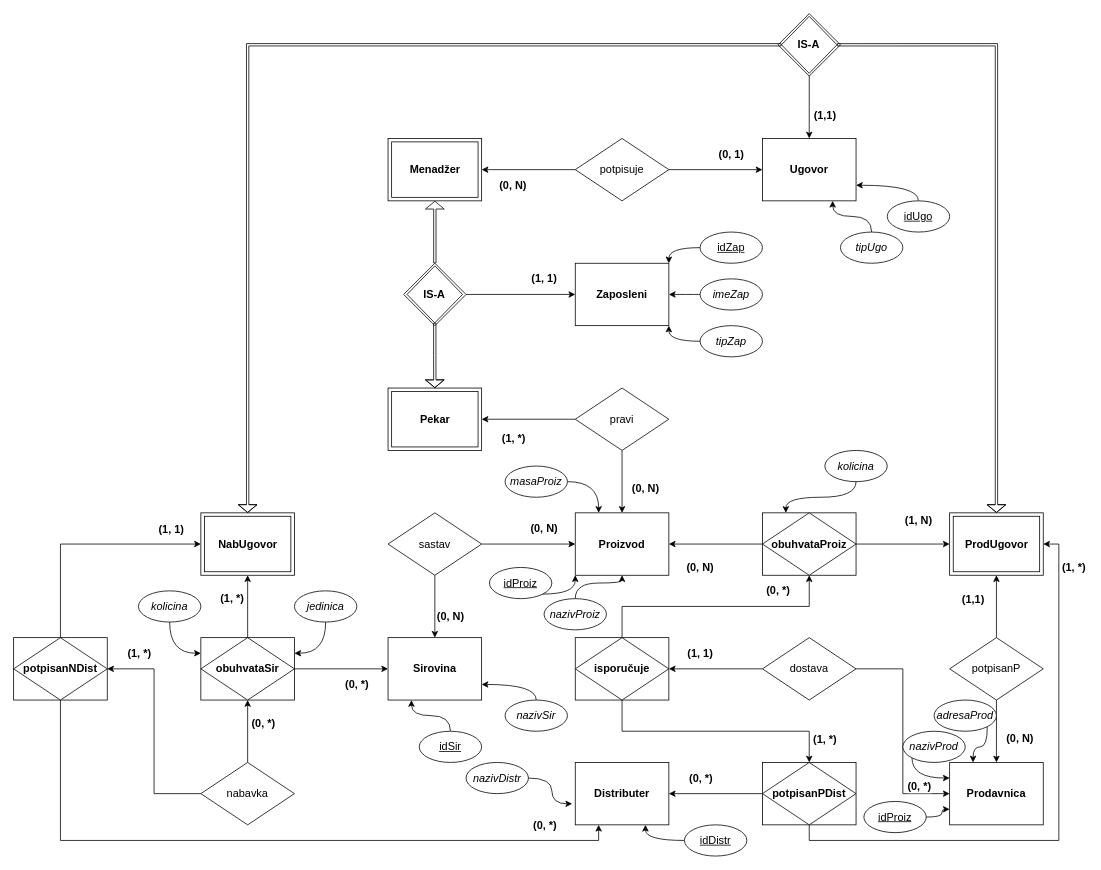
Earlier version of the draw.io diagram bakery.drawio (FmasterofU/bakery-bp2). Source tidied: cells renumbered, new cells numbered last; positions are measured from the earlier drawing's top-left corner, leaving out a move shared by most shapes. Both pictures are drawn from the tidied source at 78%, with x=0, y=0 at pixel (13, 13).
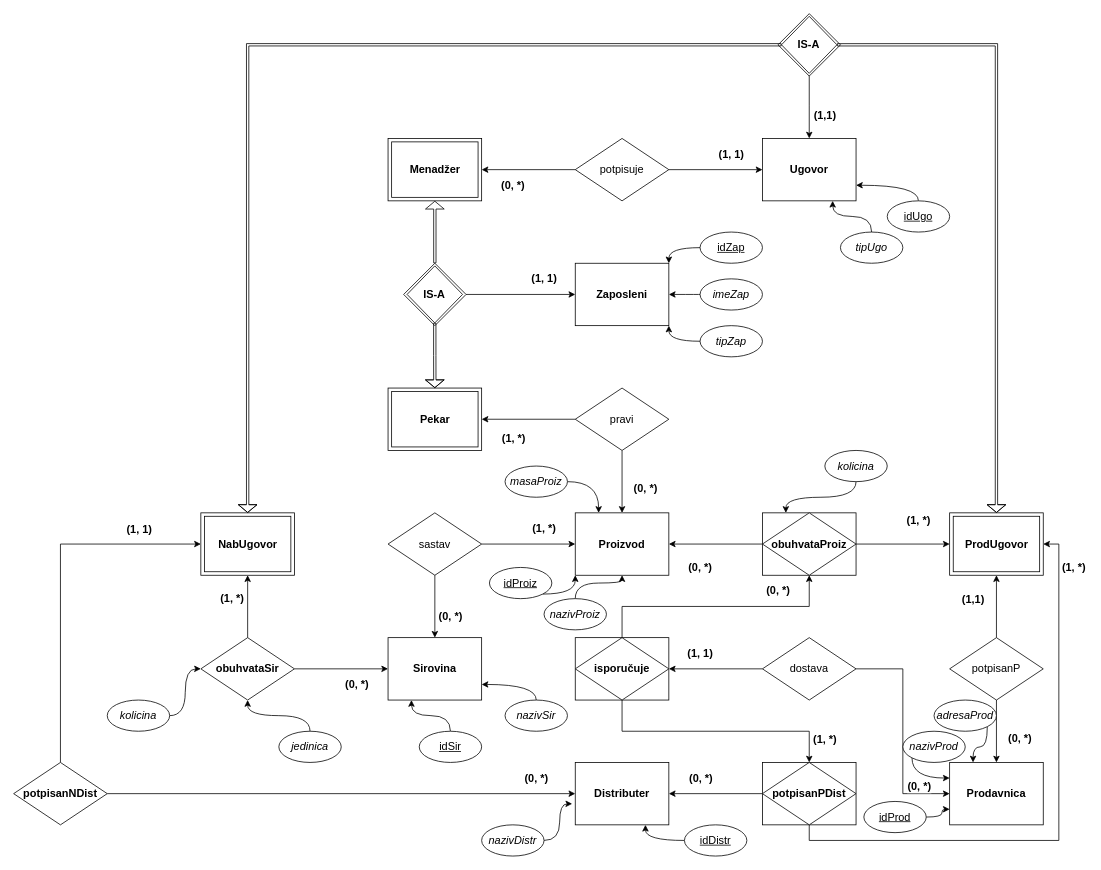
After the change.

Unchanged cells that the change refers to:
```xml
<mxCell id="2" value="&lt;font style=&quot;font-size: 14px&quot;&gt;&lt;b&gt;Distributer&lt;/b&gt;&lt;/font&gt;" style="rounded=0;whiteSpace=wrap;html=1;" parent="1" vertex="1">
  <mxGeometry x="720" y="960" width="120" height="80" as="geometry" />
</mxCell>
<mxCell id="3" value="&lt;font style=&quot;font-size: 14px&quot;&gt;&lt;b&gt;Prodavnica&lt;/b&gt;&lt;/font&gt;" style="rounded=0;whiteSpace=wrap;html=1;" parent="1" vertex="1">
  <mxGeometry x="1200" y="960" width="120" height="80" as="geometry" />
</mxCell>
<mxCell id="7" value="&lt;font style=&quot;font-size: 14px&quot;&gt;&lt;b&gt;Sirovina&lt;/b&gt;&lt;/font&gt;" style="rounded=0;whiteSpace=wrap;html=1;" parent="1" vertex="1">
  <mxGeometry x="480" y="800" width="120" height="80" as="geometry" />
</mxCell>
<mxCell id="10" value="&lt;font style=&quot;font-size: 14px&quot;&gt;&lt;b&gt;obuhvataProiz&lt;/b&gt;&lt;/font&gt;" style="rhombus;whiteSpace=wrap;html=1;" parent="8" vertex="1">
  <mxGeometry width="120" height="80" as="geometry" />
</mxCell>
<mxCell id="11" value="&lt;font style=&quot;font-size: 14px&quot;&gt;&lt;b&gt;Proizvod&lt;/b&gt;&lt;/font&gt;" style="rounded=0;whiteSpace=wrap;html=1;" parent="1" vertex="1">
  <mxGeometry x="720" y="640" width="120" height="80" as="geometry" />
</mxCell>
<mxCell id="16" value="&lt;font style=&quot;font-size: 14px&quot;&gt;potpisanP&lt;/font&gt;" style="rhombus;whiteSpace=wrap;html=1;" parent="1" vertex="1">
  <mxGeometry x="1200" y="800" width="120" height="80" as="geometry" />
</mxCell>
<mxCell id="19" value="&lt;font style=&quot;font-size: 14px&quot;&gt;sastav&lt;/font&gt;" style="rhombus;whiteSpace=wrap;html=1;" parent="1" vertex="1">
  <mxGeometry x="480" y="640" width="120" height="80" as="geometry" />
</mxCell>
<mxCell id="29" style="rounded=0;whiteSpace=wrap;html=1;" parent="28" vertex="1">
  <mxGeometry width="120" height="80" as="geometry" />
</mxCell>
<mxCell id="34" value="&lt;font style=&quot;font-size: 14px&quot;&gt;&lt;b&gt;Ugovor&lt;/b&gt;&lt;/font&gt;" style="rounded=0;whiteSpace=wrap;html=1;" parent="1" vertex="1">
  <mxGeometry x="960" y="160" width="120" height="80" as="geometry" />
</mxCell>
<mxCell id="39" style="rounded=0;whiteSpace=wrap;html=1;" parent="38" vertex="1">
  <mxGeometry width="120" height="80" as="geometry" />
</mxCell>
<mxCell id="42" style="rounded=0;whiteSpace=wrap;html=1;" parent="41" vertex="1">
  <mxGeometry width="120" height="80" as="geometry" />
</mxCell>
<mxCell id="48" value="&lt;font style=&quot;font-size: 14px&quot;&gt;potpisuje&lt;/font&gt;" style="rhombus;whiteSpace=wrap;html=1;" parent="1" vertex="1">
  <mxGeometry x="720" y="160" width="120" height="80" as="geometry" />
</mxCell>
<mxCell id="52" value="&lt;font style=&quot;font-size: 14px&quot;&gt;pravi&lt;/font&gt;" style="rhombus;whiteSpace=wrap;html=1;" parent="1" vertex="1">
  <mxGeometry x="720" y="480" width="120" height="80" as="geometry" />
</mxCell>
```

What changed in the source:
```diff
@@
-    <mxCell id="12" value="&lt;b&gt;&lt;font style=&quot;font-size: 14px&quot;&gt;(1, N)&lt;/font&gt;&lt;/b&gt;" style="edgeStyle=orthogonalEdgeStyle;rounded=0;jettySize=auto;html=1;exitX=1;exitY=0.5;exitDx=0;exitDy=0;entryX=0;entryY=0.5;entryDx=0;entryDy=0;" parent="1" edge="1" source="10" target="42">
+    <mxCell id="12" value="&lt;b&gt;&lt;font style=&quot;font-size: 14px&quot;&gt;(1, *)&lt;/font&gt;&lt;/b&gt;" style="edgeStyle=orthogonalEdgeStyle;rounded=0;jettySize=auto;html=1;exitX=1;exitY=0.5;exitDx=0;exitDy=0;entryX=0;entryY=0.5;entryDx=0;entryDy=0;" parent="1" edge="1" source="10" target="42">
       <mxGeometry x="0.33" y="30" relative="1" as="geometry" />
     </mxCell>
-    <mxCell id="13" value="&lt;b&gt;&lt;font style=&quot;font-size: 14px&quot;&gt;(0, N)&lt;/font&gt;&lt;/b&gt;" style="edgeStyle=orthogonalEdgeStyle;rounded=0;jettySize=auto;html=1;exitX=0;exitY=0.5;exitDx=0;exitDy=0;entryX=1;entryY=0.5;entryDx=0;entryDy=0;" parent="1" edge="1" source="10" target="11">
+    <mxCell id="13" value="&lt;b&gt;&lt;font style=&quot;font-size: 14px&quot;&gt;(0, *)&lt;/font&gt;&lt;/b&gt;" style="edgeStyle=orthogonalEdgeStyle;rounded=0;jettySize=auto;html=1;exitX=0;exitY=0.5;exitDx=0;exitDy=0;entryX=1;entryY=0.5;entryDx=0;entryDy=0;" parent="1" edge="1" source="10" target="11">
       <mxGeometry x="0.33" y="30" relative="1" as="geometry" />
     </mxCell>
@@
-    <mxCell id="15" value="&lt;b&gt;&lt;font style=&quot;font-size: 14px&quot;&gt;(0, N)&lt;/font&gt;&lt;/b&gt;" style="edgeStyle=orthogonalEdgeStyle;rounded=0;jettySize=auto;html=1;exitX=0.5;exitY=1;exitDx=0;exitDy=0;entryX=0.5;entryY=0;entryDx=0;entryDy=0;" parent="1" edge="1" source="16" target="3">
+    <mxCell id="15" value="&lt;b&gt;&lt;font style=&quot;font-size: 14px&quot;&gt;(0, *)&lt;/font&gt;&lt;/b&gt;" style="edgeStyle=orthogonalEdgeStyle;rounded=0;jettySize=auto;html=1;exitX=0.5;exitY=1;exitDx=0;exitDy=0;entryX=0.5;entryY=0;entryDx=0;entryDy=0;" parent="1" edge="1" source="16" target="3">
       <mxGeometry x="0.25" y="30" relative="1" as="geometry">
         <mxPoint y="-1" as="offset" />
       </mxGeometry>
     </mxCell>
@@
-    <mxCell id="17" value="&lt;b&gt;&lt;font style=&quot;font-size: 14px&quot;&gt;(0, N)&lt;/font&gt;&lt;/b&gt;" style="edgeStyle=orthogonalEdgeStyle;rounded=0;jettySize=auto;html=1;entryX=0;entryY=0.5;entryDx=0;entryDy=0;" parent="1" edge="1" source="19" target="11">
+    <mxCell id="17" value="&lt;b&gt;&lt;font style=&quot;font-size: 14px&quot;&gt;(1, *)&lt;/font&gt;&lt;/b&gt;" style="edgeStyle=orthogonalEdgeStyle;rounded=0;jettySize=auto;html=1;entryX=0;entryY=0.5;entryDx=0;entryDy=0;" parent="1" edge="1" source="19" target="11">
       <mxGeometry x="0.33" y="20" relative="1" as="geometry" />
     </mxCell>
-    <mxCell id="18" value="&lt;b&gt;&lt;font style=&quot;font-size: 14px&quot;&gt;(0, N)&lt;/font&gt;&lt;/b&gt;" style="edgeStyle=orthogonalEdgeStyle;rounded=0;jettySize=auto;html=1;entryX=0.5;entryY=0;entryDx=0;entryDy=0;" parent="1" edge="1" source="19" target="7">
+    <mxCell id="18" value="&lt;b&gt;&lt;font style=&quot;font-size: 14px&quot;&gt;(0, *)&lt;/font&gt;&lt;/b&gt;" style="edgeStyle=orthogonalEdgeStyle;rounded=0;jettySize=auto;html=1;entryX=0.5;entryY=0;entryDx=0;entryDy=0;" parent="1" edge="1" source="19" target="7">
       <mxGeometry x="0.33" y="20" relative="1" as="geometry" />
     </mxCell>
@@
-    <mxCell id="46" value="&lt;b&gt;&lt;font style=&quot;font-size: 14px&quot;&gt;(0, N)&lt;/font&gt;&lt;/b&gt;" style="edgeStyle=orthogonalEdgeStyle;rounded=0;jettySize=auto;html=1;exitX=0;exitY=0.5;exitDx=0;exitDy=0;entryX=1;entryY=0.5;entryDx=0;entryDy=0;" parent="1" edge="1" source="48" target="29">
+    <mxCell id="46" value="&lt;b&gt;&lt;font style=&quot;font-size: 14px&quot;&gt;(0, *)&lt;/font&gt;&lt;/b&gt;" style="edgeStyle=orthogonalEdgeStyle;rounded=0;jettySize=auto;html=1;exitX=0;exitY=0.5;exitDx=0;exitDy=0;entryX=1;entryY=0.5;entryDx=0;entryDy=0;" parent="1" edge="1" source="48" target="29">
       <mxGeometry x="0.33" y="20" relative="1" as="geometry" />
     </mxCell>
-    <mxCell id="47" value="&lt;b&gt;&lt;font style=&quot;font-size: 14px&quot;&gt;(0, 1)&lt;/font&gt;&lt;/b&gt;" style="edgeStyle=orthogonalEdgeStyle;rounded=0;jettySize=auto;html=1;entryX=0;entryY=0.5;entryDx=0;entryDy=0;" parent="1" edge="1" source="48" target="34">
+    <mxCell id="47" value="&lt;b&gt;&lt;font style=&quot;font-size: 14px&quot;&gt;(1, 1)&lt;/font&gt;&lt;/b&gt;" style="edgeStyle=orthogonalEdgeStyle;rounded=0;jettySize=auto;html=1;entryX=0;entryY=0.5;entryDx=0;entryDy=0;" parent="1" edge="1" source="48" target="34">
       <mxGeometry x="0.33" y="20" relative="1" as="geometry" />
     </mxCell>
@@
-    <mxCell id="49" value="&lt;b&gt;&lt;font style=&quot;font-size: 14px&quot;&gt;(0, N)&lt;/font&gt;&lt;/b&gt;" style="edgeStyle=orthogonalEdgeStyle;rounded=0;jettySize=auto;html=1;exitX=0.5;exitY=1;exitDx=0;exitDy=0;entryX=0.5;entryY=0;entryDx=0;entryDy=0;" parent="1" edge="1" source="52" target="11">
+    <mxCell id="49" value="&lt;b&gt;&lt;font style=&quot;font-size: 14px&quot;&gt;(0, *)&lt;/font&gt;&lt;/b&gt;" style="edgeStyle=orthogonalEdgeStyle;rounded=0;jettySize=auto;html=1;exitX=0.5;exitY=1;exitDx=0;exitDy=0;entryX=0.5;entryY=0;entryDx=0;entryDy=0;" parent="1" edge="1" source="52" target="11">
       <mxGeometry x="0.25" y="30" relative="1" as="geometry">
         <mxPoint y="-1" as="offset" />
       </mxGeometry>
     </mxCell>
@@
-    <mxCell id="80" style="group;" parent="1" vertex="1">
-      <mxGeometry x="240" y="800" width="120" height="80" as="geometry" />
-    </mxCell>
-    <mxCell id="81" style="rounded=0;whiteSpace=wrap;html=1;" parent="80" vertex="1">
-      <mxGeometry width="120" height="80" as="geometry" />
-    </mxCell>
-    <mxCell id="82" value="&lt;font style=&quot;font-size: 14px&quot;&gt;&lt;b&gt;obuhvataSir&lt;/b&gt;&lt;/font&gt;" style="rhombus;whiteSpace=wrap;html=1;" parent="80" vertex="1">
-      <mxGeometry width="120" height="80" as="geometry" />
-    </mxCell>
-    <mxCell id="83" value="&lt;b&gt;(1, *)&lt;/b&gt;" style="edgeStyle=orthogonalEdgeStyle;rounded=0;jettySize=auto;html=1;fontSize=14;entryX=0.5;entryY=1;entryDx=0;entryDy=0;" parent="1" edge="1" source="82" target="39">
+    <mxCell id="83" value="&lt;b&gt;(1, *)&lt;/b&gt;" style="edgeStyle=orthogonalEdgeStyle;rounded=0;jettySize=auto;html=1;fontSize=14;entryX=0.5;entryY=1;entryDx=0;entryDy=0;exitX=0.5;exitY=0;exitDx=0;exitDy=0;" parent="1" edge="1" source="82" target="39">
       <mxGeometry x="0.25" y="20" relative="1" as="geometry" />
     </mxCell>
-    <mxCell id="84" value="&lt;b&gt;(0, *)&lt;/b&gt;" style="edgeStyle=orthogonalEdgeStyle;rounded=0;jettySize=auto;html=1;fontSize=14;entryX=0;entryY=0.5;entryDx=0;entryDy=0;" parent="1" edge="1" source="82" target="7">
+    <mxCell id="84" value="&lt;b&gt;(0, *)&lt;/b&gt;" style="edgeStyle=orthogonalEdgeStyle;rounded=0;jettySize=auto;html=1;fontSize=14;entryX=0;entryY=0.5;entryDx=0;entryDy=0;exitX=1;exitY=0.5;exitDx=0;exitDy=0;" parent="1" edge="1" source="82" target="7">
       <mxGeometry x="0.33" y="-20" relative="1" as="geometry" />
     </mxCell>
-    <mxCell id="85" value="&lt;b&gt;(0, *)&lt;/b&gt;" style="edgeStyle=orthogonalEdgeStyle;rounded=0;jettySize=auto;html=1;entryX=0.5;entryY=1;entryDx=0;entryDy=0;fontSize=14;exitX=0.5;exitY=0;exitDx=0;exitDy=0;" parent="1" edge="1" source="91" target="82">
-      <mxGeometry x="0.25" y="-20" relative="1" as="geometry" />
-    </mxCell>
@@
-    <mxCell id="88" style="edgeStyle=orthogonalEdgeStyle;rounded=0;jettySize=auto;html=1;entryX=0.25;entryY=1;entryDx=0;entryDy=0;fontSize=14;exitX=0.5;exitY=1;exitDx=0;exitDy=0;" parent="1" edge="1" source="94" target="2">
+    <mxCell id="88" style="edgeStyle=orthogonalEdgeStyle;rounded=0;jettySize=auto;html=1;entryX=0;entryY=0.5;entryDx=0;entryDy=0;fontSize=14;exitX=1;exitY=0.5;exitDx=0;exitDy=0;" parent="1" edge="1" source="94" target="2">
       <mxGeometry relative="1" as="geometry" />
     </mxCell>
@@
-    <mxCell id="90" value="&lt;b&gt;&lt;font style=&quot;font-size: 14px&quot;&gt;(1, *)&lt;/font&gt;&lt;/b&gt;" style="edgeStyle=orthogonalEdgeStyle;rounded=0;jettySize=auto;html=1;entryX=1;entryY=0.5;entryDx=0;entryDy=0;" parent="1" edge="1" source="91" target="94">
-      <mxGeometry x="0.71" y="-20" relative="1" as="geometry" />
-    </mxCell>
-    <mxCell id="91" value="nabavka" style="rhombus;whiteSpace=wrap;html=1;fontSize=14;" parent="1" vertex="1">
-      <mxGeometry x="240" y="960" width="120" height="80" as="geometry" />
-    </mxCell>
-    <mxCell id="92" style="group;" parent="1" vertex="1">
-      <mxGeometry y="800" width="120" height="80" as="geometry" />
-    </mxCell>
-    <mxCell id="93" style="rounded=0;whiteSpace=wrap;html=1;" parent="92" vertex="1">
-      <mxGeometry width="120" height="80" as="geometry" />
-    </mxCell>
-    <mxCell id="94" value="&lt;b&gt;potpisanNDist&lt;/b&gt;" style="rhombus;whiteSpace=wrap;html=1;fontSize=14;" parent="92" vertex="1">
-      <mxGeometry width="120" height="80" as="geometry" />
-    </mxCell>
@@
-    <mxCell id="100" value="&lt;u&gt;idProiz&lt;/u&gt;" style="ellipse;whiteSpace=wrap;html=1;fontSize=14;" parent="1" vertex="1">
+    <mxCell id="100" value="&lt;u&gt;idProd&lt;/u&gt;" style="ellipse;whiteSpace=wrap;html=1;fontSize=14;" parent="1" vertex="1">
       <mxGeometry x="1090" y="1010" width="80" height="40" as="geometry" />
     </mxCell>
@@
     <mxCell id="108" value="&lt;i&gt;nazivDistr&lt;/i&gt;" style="ellipse;whiteSpace=wrap;html=1;fontSize=14;" parent="1" vertex="1">
-      <mxGeometry x="580" y="960" width="80" height="40" as="geometry" />
+      <mxGeometry x="600" y="1040" width="80" height="40" as="geometry" />
     </mxCell>
@@
-    <mxCell id="113" style="edgeStyle=orthogonalEdgeStyle;curved=1;rounded=0;jettySize=auto;html=1;entryX=1;entryY=0.25;entryDx=0;entryDy=0;" parent="1" edge="1" source="114" target="81">
+    <mxCell id="113" style="edgeStyle=orthogonalEdgeStyle;curved=1;rounded=0;jettySize=auto;html=1;entryX=0.5;entryY=1;entryDx=0;entryDy=0;" parent="1" edge="1" source="114" target="82">
       <mxGeometry relative="1" as="geometry" />
     </mxCell>
     <mxCell id="114" value="&lt;i&gt;jedinica&lt;/i&gt;" style="ellipse;whiteSpace=wrap;html=1;fontSize=14;" parent="1" vertex="1">
-      <mxGeometry x="360" y="740" width="80" height="40" as="geometry" />
+      <mxGeometry x="340" y="920" width="80" height="40" as="geometry" />
     </mxCell>
-    <mxCell id="115" style="edgeStyle=orthogonalEdgeStyle;curved=1;rounded=0;jettySize=auto;html=1;exitX=0.5;exitY=1;exitDx=0;exitDy=0;entryX=0;entryY=0.25;entryDx=0;entryDy=0;" parent="1" edge="1" source="116" target="81">
+    <mxCell id="115" style="edgeStyle=orthogonalEdgeStyle;curved=1;rounded=0;jettySize=auto;html=1;exitX=1;exitY=0.5;exitDx=0;exitDy=0;entryX=0;entryY=0.5;entryDx=0;entryDy=0;" parent="1" edge="1" source="116" target="82">
       <mxGeometry relative="1" as="geometry" />
     </mxCell>
     <mxCell id="116" value="&lt;i&gt;kolicina&lt;/i&gt;" style="ellipse;whiteSpace=wrap;html=1;fontSize=14;" parent="1" vertex="1">
-      <mxGeometry x="160" y="740" width="80" height="40" as="geometry" />
+      <mxGeometry x="120" y="880" width="80" height="40" as="geometry" />
     </mxCell>
+    <mxCell id="94" value="&lt;b&gt;potpisanNDist&lt;/b&gt;" style="rhombus;whiteSpace=wrap;html=1;fontSize=14;" parent="1" vertex="1">
+      <mxGeometry y="960" width="120" height="80" as="geometry" />
+    </mxCell>
+    <mxCell id="82" value="&lt;b style=&quot;font-size: 14px&quot;&gt;obuhvataSir&lt;/b&gt;" style="rhombus;whiteSpace=wrap;html=1;" parent="1" vertex="1">
+      <mxGeometry x="240" y="800" width="120" height="80" as="geometry" />
+    </mxCell>
```
